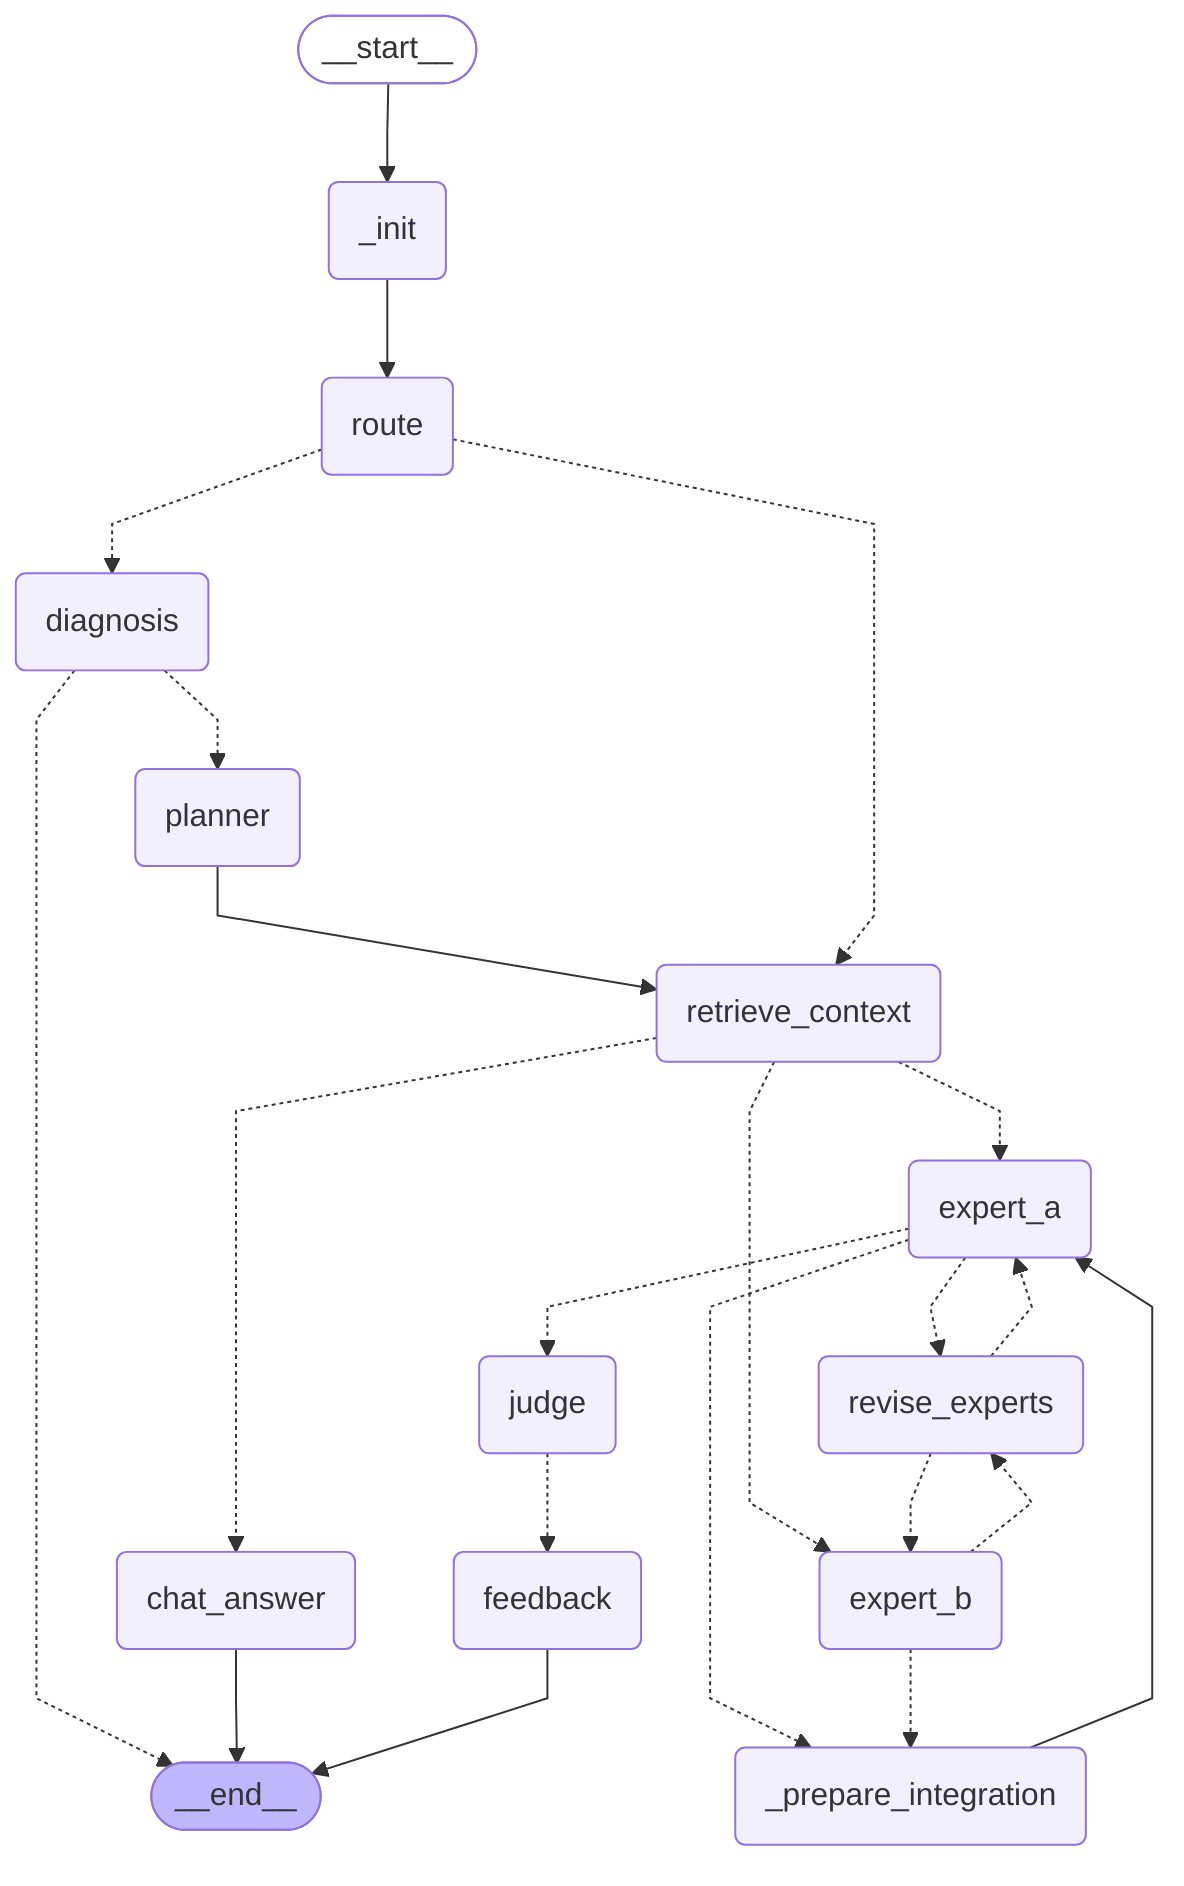
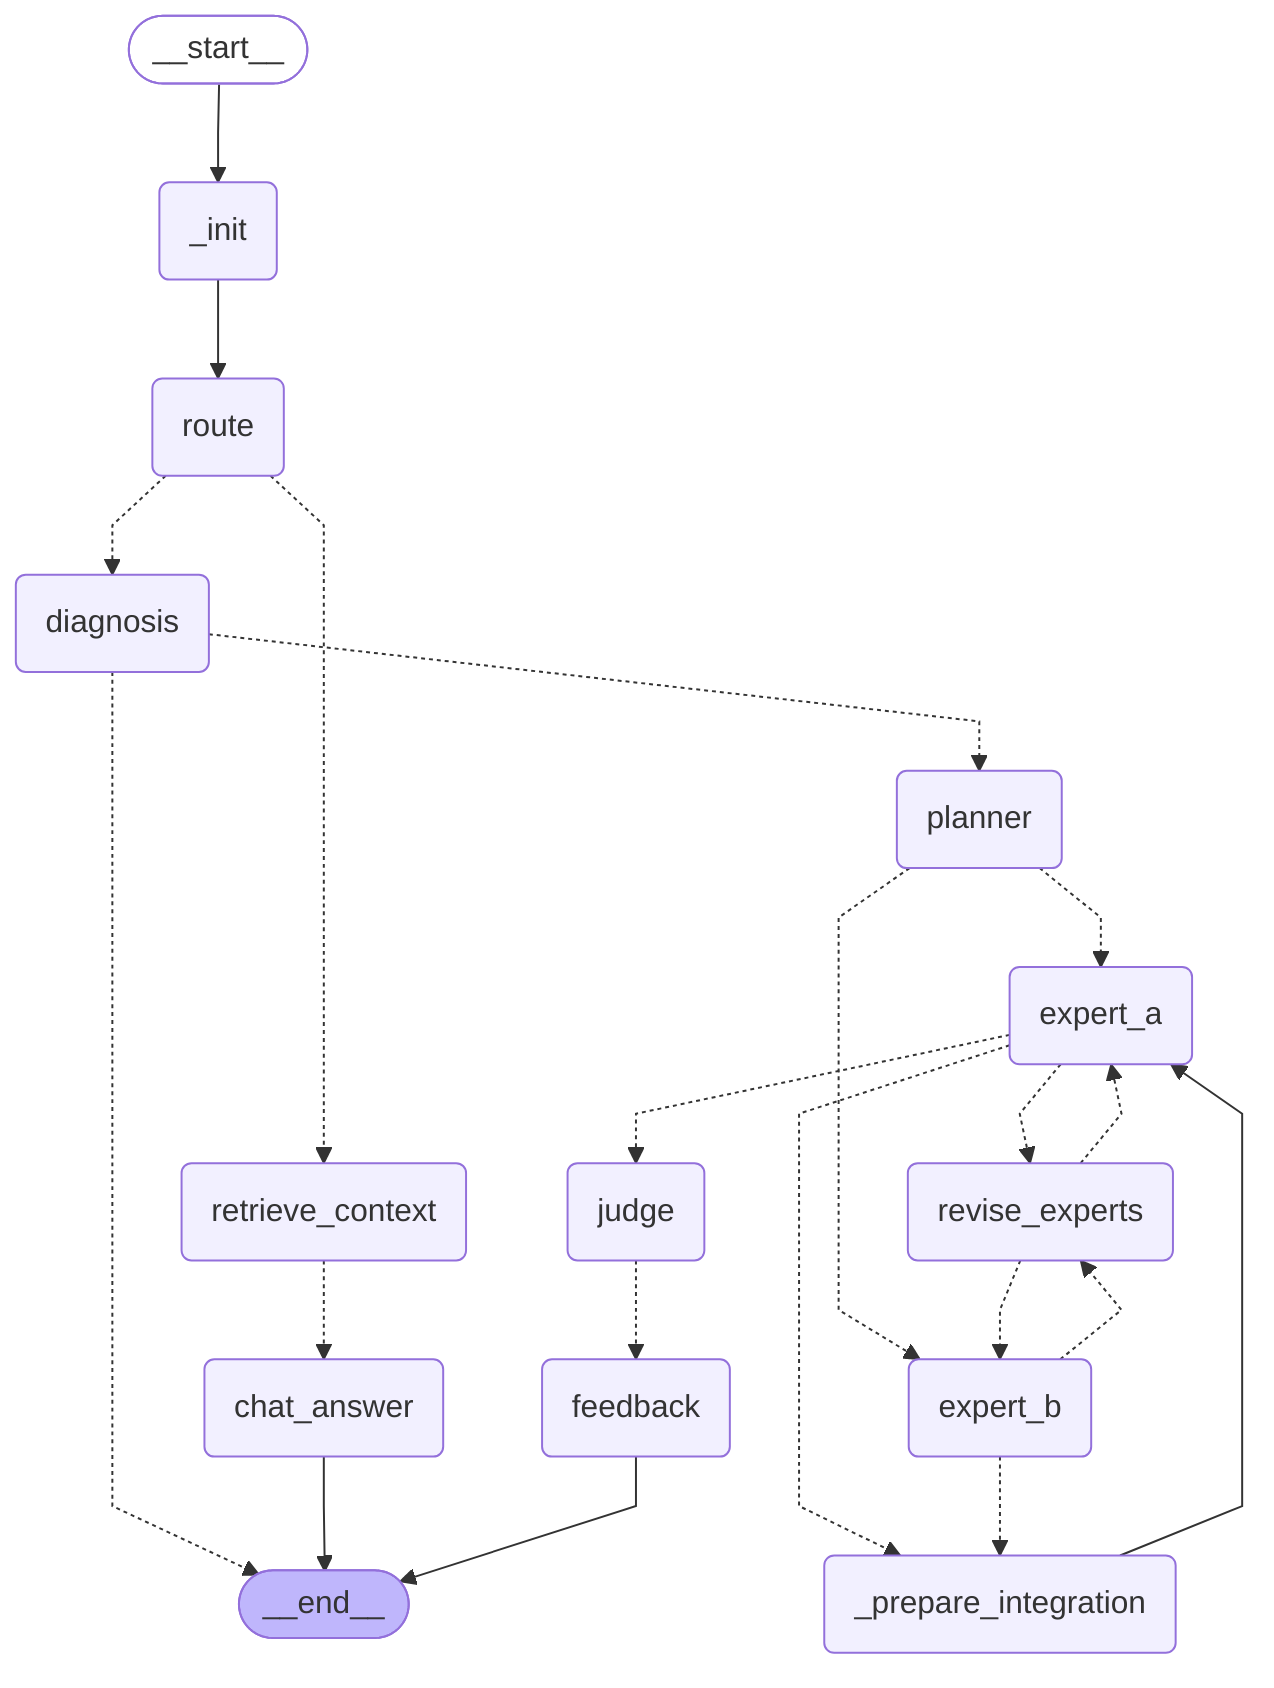
---
config:
  flowchart:
    curve: linear
---
graph TD;
	__start__([<p>__start__</p>]):::first
	_init(_init)
	route(route)
	diagnosis(diagnosis)
	planner(planner)
	retrieve_context(retrieve_context)
	chat_answer(chat_answer)
	expert_a(expert_a)
	expert_b(expert_b)
	judge(judge)
	feedback(feedback)
	revise_experts(revise_experts)
	_prepare_integration(_prepare_integration)
	__end__([<p>__end__</p>]):::last
	__start__ --> _init;
	_init --> route;
	_prepare_integration --> expert_a;
	diagnosis -.-> __end__;
	diagnosis -.-> planner;
	expert_a -.-> _prepare_integration;
	expert_a -.-> judge;
	expert_a -.-> revise_experts;
	expert_b -.-> _prepare_integration;
	expert_b -.-> revise_experts;
	judge -.-> feedback;
- 	planner --> retrieve_context;
+ 	planner -.-> expert_a;
+ 	planner -.-> expert_b;
	retrieve_context -.-> chat_answer;
- 	retrieve_context -.-> expert_a;
- 	retrieve_context -.-> expert_b;
	revise_experts -.-> expert_a;
	revise_experts -.-> expert_b;
	route -.-> diagnosis;
	route -.-> retrieve_context;
	chat_answer --> __end__;
	feedback --> __end__;
	classDef default fill:#f2f0ff,line-height:1.2
	classDef first fill-opacity:0
	classDef last fill:#bfb6fc
